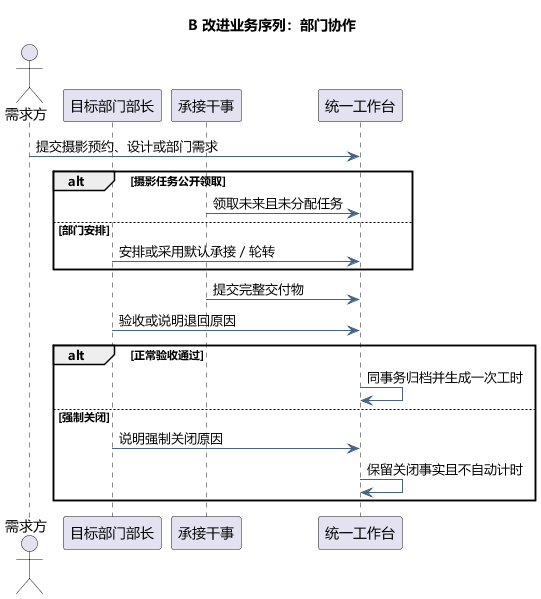
This is docs/diagrams/improved-business-sequence-jobs.png from tccc1csu/miniprogram-csu, a PlantUML export, as it was before one commit.
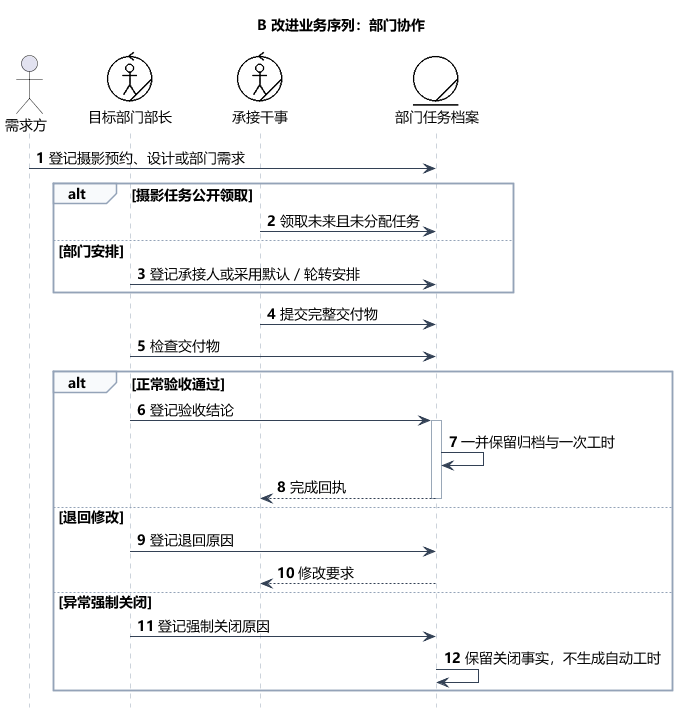
Above is the later version.

Change to the diagram source:
```diff
@@ -5,25 +5,44 @@
 skinparam ArrowColor #466482
 skinparam classAttributeIconSize 0
 hide empty members
+skinparam defaultFontSize 14
+skinparam sequenceLifeLineBorderColor #9AA8B8
+skinparam sequenceArrowColor #334155
+skinparam sequenceGroupBorderColor #94A3B8
+skinparam sequenceGroupBackgroundColor #F8FAFC
+skinparam sequenceParticipantPadding 18
+skinparam maxMessageSize 240
+hide footbox
+autonumber
+!include course-notation.iuml
+skinparam sequenceParticipantBorderColor transparent
+skinparam sequenceParticipantBackgroundColor transparent
 title B 改进业务序列：部门协作
 
 actor "需求方" as D
-participant "目标部门部长" as M
-participant "承接干事" as W
-participant "统一工作台" as S
-D -> S : 提交摄影预约、设计或部门需求
+participant "<$worker>\n目标部门部长" as M
+participant "<$worker>\n承接干事" as W
+participant "<$entity>\n部门任务档案" as S
+D -> S : 登记摄影预约、设计或部门需求
 alt 摄影任务公开领取
 W -> S : 领取未来且未分配任务
 else 部门安排
-M -> S : 安排或采用默认承接／轮转
+M -> S : 登记承接人或采用默认／轮转安排
 end
 W -> S : 提交完整交付物
-M -> S : 验收或说明退回原因
+M -> S : 检查交付物
 alt 正常验收通过
-S -> S : 同事务归档并生成一次工时
-else 强制关闭
-M -> S : 说明强制关闭原因
-S -> S : 保留关闭事实且不自动计时
+M -> S : 登记验收结论
+activate S
+S -> S : 一并保留归档与一次工时
+S --> W : 完成回执
+deactivate S
+else 退回修改
+M -> S : 登记退回原因
+S --> W : 修改要求
+else 异常强制关闭
+M -> S : 登记强制关闭原因
+S -> S : 保留关闭事实，不生成自动工时
 end
 
 @enduml
```
